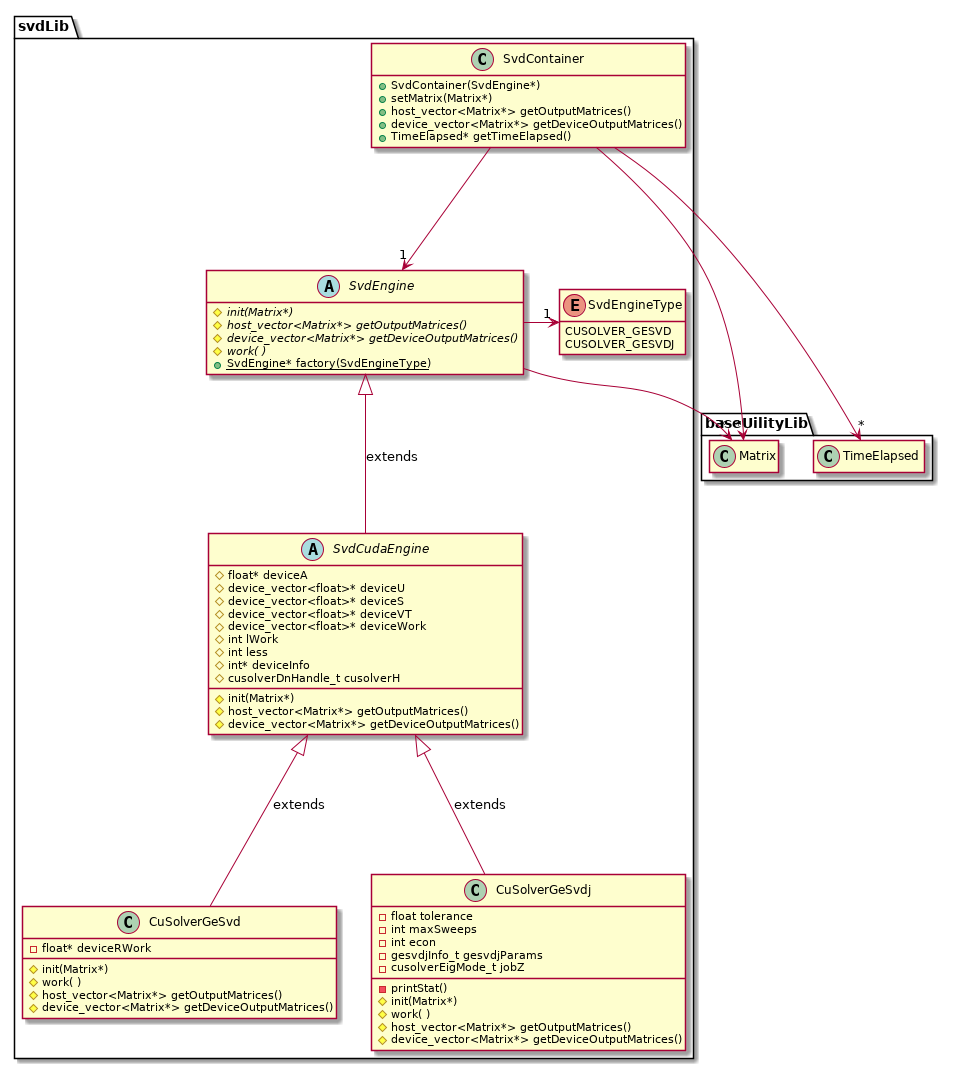
This is uml/out/uml/src/SvdDiagram.png from newfla/CUDA-K-SVD-Denoising, a PlantUML export, as it was before one commit.
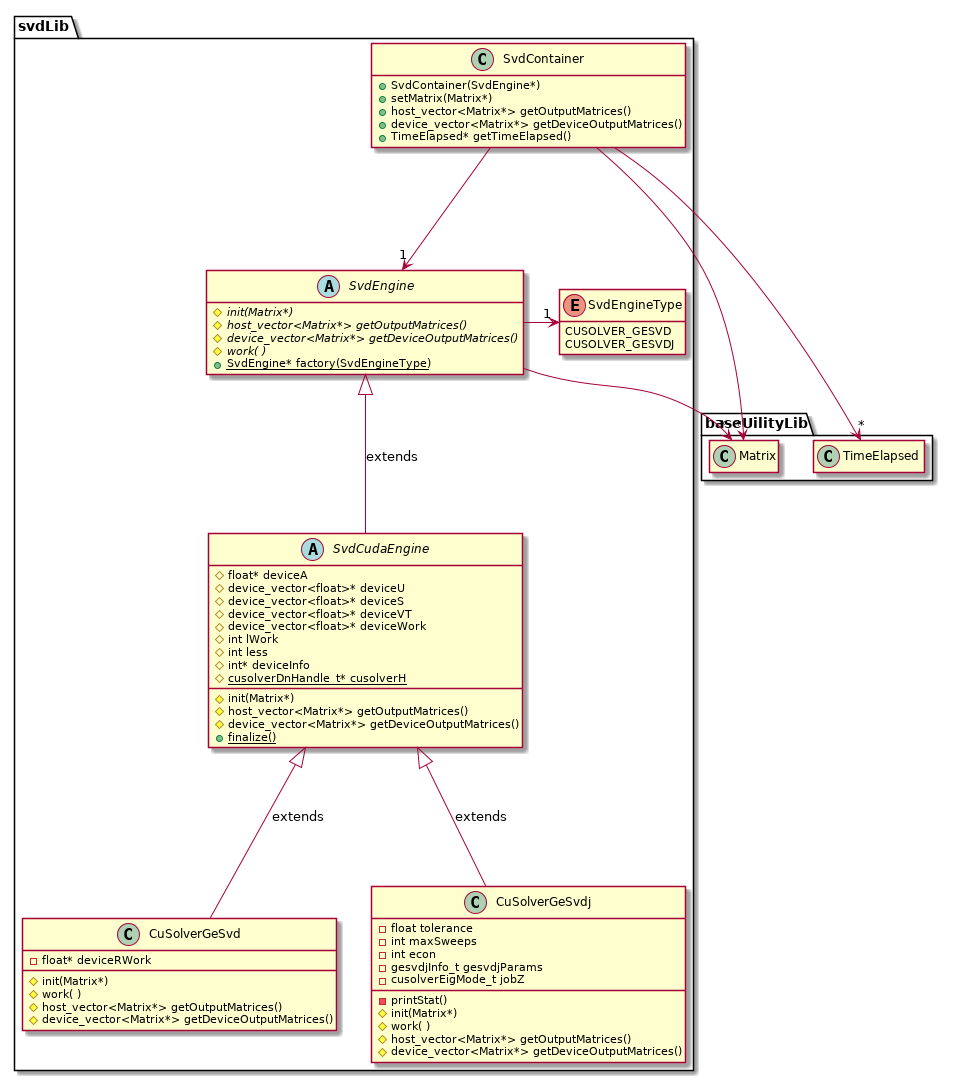
Above is the later version.

Change to the diagram source:
```diff
@@ -21,12 +21,13 @@
         # int lWork
         # int less
         # int* deviceInfo
-        # cusolverDnHandle_t cusolverH
+        {static} # cusolverDnHandle_t* cusolverH
 
 
         # init(Matrix*)
         # host_vector<Matrix*> getOutputMatrices()
         # device_vector<Matrix*> getDeviceOutputMatrices()
+        {static} + finalize()
     }
 
     enum SvdEngineType{
```
